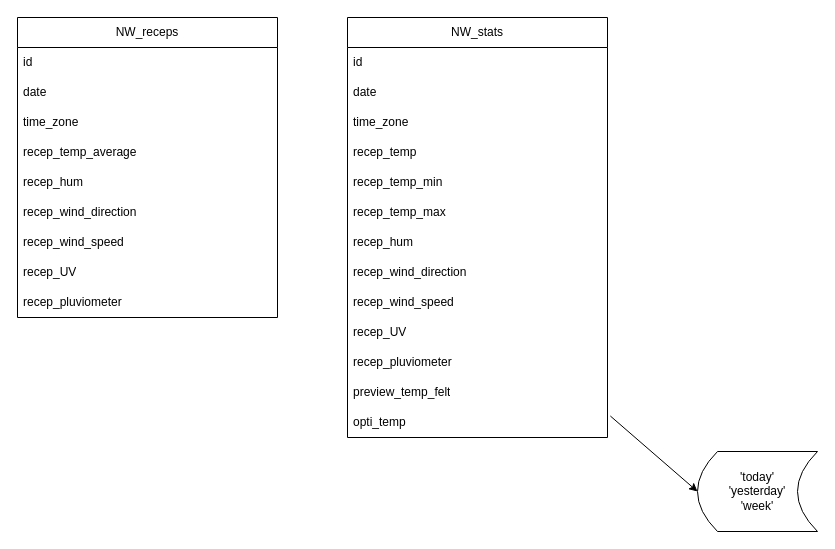
Earlier version of the draw.io diagram NikaWeather/src/v3MLD.drawio (Mathuww/Nika-Weather). Source tidied: cells renumbered, new cells numbered last; positions are measured from the earlier drawing's top-left corner, leaving out a move shared by most shapes. Both pictures are drawn from the tidied source at 100%, with x=0, y=0 at pixel (17, 17).
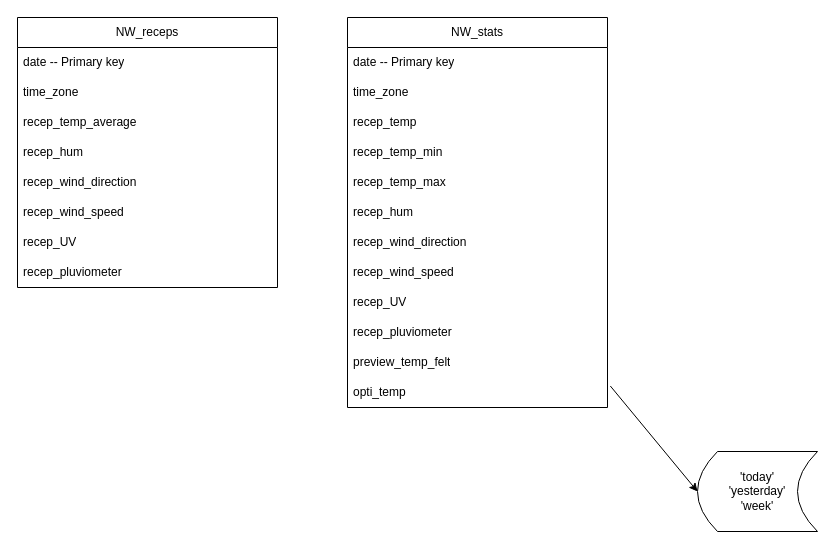
After the change.

Commit message (it also covers changes not shown here):
Changement de clé primaire (date)

Diff of the diagram source:
```diff
@@
     <mxCell id="2" value="NW_stats" style="swimlane;fontStyle=0;horizontal=1;startSize=30;whiteSpace=wrap;html=1;" parent="1" vertex="1">
-      <mxGeometry x="330" width="260" height="420" as="geometry" />
+      <mxGeometry x="330" width="260" height="390" as="geometry" />
     </mxCell>
-    <mxCell id="3" value="id" style="text;strokeColor=none;fillColor=none;align=left;verticalAlign=middle;spacingLeft=4;spacingRight=4;overflow=hidden;whiteSpace=wrap;html=1;" parent="2" vertex="1">
-      <mxGeometry y="30" width="260" height="30" as="geometry" />
-    </mxCell>
-    <mxCell id="4" value="date" style="text;strokeColor=none;fillColor=none;align=left;verticalAlign=middle;spacingLeft=4;spacingRight=4;overflow=hidden;whiteSpace=wrap;html=1;" parent="2" vertex="1">
-      <mxGeometry y="60" width="260" height="30" as="geometry" />
+    <mxCell id="4" value="date -- Primary key" style="text;strokeColor=none;fillColor=none;align=left;verticalAlign=middle;spacingLeft=4;spacingRight=4;overflow=hidden;whiteSpace=wrap;html=1;" parent="2" vertex="1">
+      <mxGeometry y="30" width="260" height="30" as="geometry" />
     </mxCell>
     <mxCell id="5" value="time_zone" style="text;strokeColor=none;fillColor=none;align=left;verticalAlign=middle;spacingLeft=4;spacingRight=4;overflow=hidden;whiteSpace=wrap;html=1;" parent="2" vertex="1">
-      <mxGeometry y="90" width="260" height="30" as="geometry" />
+      <mxGeometry y="60" width="260" height="30" as="geometry" />
     </mxCell>
     <mxCell id="6" value="recep_temp" style="text;strokeColor=none;fillColor=none;align=left;verticalAlign=middle;spacingLeft=4;spacingRight=4;overflow=hidden;whiteSpace=wrap;html=1;" parent="2" vertex="1">
-      <mxGeometry y="120" width="260" height="30" as="geometry" />
+      <mxGeometry y="90" width="260" height="30" as="geometry" />
     </mxCell>
     <mxCell id="7" value="recep_temp_min" style="text;strokeColor=none;fillColor=none;align=left;verticalAlign=middle;spacingLeft=4;spacingRight=4;overflow=hidden;whiteSpace=wrap;html=1;" parent="2" vertex="1">
-      <mxGeometry y="150" width="260" height="30" as="geometry" />
+      <mxGeometry y="120" width="260" height="30" as="geometry" />
     </mxCell>
     <mxCell id="8" value="recep_temp_max" style="text;strokeColor=none;fillColor=none;align=left;verticalAlign=middle;spacingLeft=4;spacingRight=4;overflow=hidden;whiteSpace=wrap;html=1;" parent="2" vertex="1">
-      <mxGeometry y="180" width="260" height="30" as="geometry" />
+      <mxGeometry y="150" width="260" height="30" as="geometry" />
     </mxCell>
     <mxCell id="9" value="recep_hum" style="text;strokeColor=none;fillColor=none;align=left;verticalAlign=middle;spacingLeft=4;spacingRight=4;overflow=hidden;whiteSpace=wrap;html=1;" parent="2" vertex="1">
-      <mxGeometry y="210" width="260" height="30" as="geometry" />
+      <mxGeometry y="180" width="260" height="30" as="geometry" />
     </mxCell>
     <mxCell id="10" value="recep_wind_direction" style="text;strokeColor=none;fillColor=none;align=left;verticalAlign=middle;spacingLeft=4;spacingRight=4;overflow=hidden;whiteSpace=wrap;html=1;" parent="2" vertex="1">
-      <mxGeometry y="240" width="260" height="30" as="geometry" />
+      <mxGeometry y="210" width="260" height="30" as="geometry" />
     </mxCell>
     <mxCell id="11" value="recep_wind_speed" style="text;strokeColor=none;fillColor=none;align=left;verticalAlign=middle;spacingLeft=4;spacingRight=4;overflow=hidden;whiteSpace=wrap;html=1;" parent="2" vertex="1">
-      <mxGeometry y="270" width="260" height="30" as="geometry" />
+      <mxGeometry y="240" width="260" height="30" as="geometry" />
     </mxCell>
     <mxCell id="12" value="recep_UV" style="text;strokeColor=none;fillColor=none;align=left;verticalAlign=middle;spacingLeft=4;spacingRight=4;overflow=hidden;whiteSpace=wrap;html=1;" parent="2" vertex="1">
-      <mxGeometry y="300" width="260" height="30" as="geometry" />
+      <mxGeometry y="270" width="260" height="30" as="geometry" />
     </mxCell>
     <mxCell id="13" value="recep_pluviometer" style="text;strokeColor=none;fillColor=none;align=left;verticalAlign=middle;spacingLeft=4;spacingRight=4;overflow=hidden;whiteSpace=wrap;html=1;" parent="2" vertex="1">
-      <mxGeometry y="330" width="260" height="30" as="geometry" />
+      <mxGeometry y="300" width="260" height="30" as="geometry" />
     </mxCell>
     <mxCell id="14" value="preview_temp_felt" style="text;strokeColor=none;fillColor=none;align=left;verticalAlign=middle;spacingLeft=4;spacingRight=4;overflow=hidden;whiteSpace=wrap;html=1;" parent="2" vertex="1">
-      <mxGeometry y="360" width="260" height="30" as="geometry" />
+      <mxGeometry y="330" width="260" height="30" as="geometry" />
     </mxCell>
     <mxCell id="15" value="opti_temp" style="text;strokeColor=none;fillColor=none;align=left;verticalAlign=middle;spacingLeft=4;spacingRight=4;overflow=hidden;points=[[0,0.5],[1,0.5]];portConstraint=eastwest;whiteSpace=wrap;html=1;" parent="2" vertex="1">
-      <mxGeometry y="390" width="260" height="30" as="geometry" />
+      <mxGeometry y="360" width="260" height="30" as="geometry" />
     </mxCell>
     <mxCell id="16" value="NW_receps" style="swimlane;fontStyle=0;horizontal=1;startSize=30;whiteSpace=wrap;html=1;" parent="1" vertex="1">
-      <mxGeometry width="260" height="300" as="geometry" />
+      <mxGeometry width="260" height="270" as="geometry" />
     </mxCell>
-    <mxCell id="17" value="id" style="text;strokeColor=none;fillColor=none;align=left;verticalAlign=middle;spacingLeft=4;spacingRight=4;overflow=hidden;whiteSpace=wrap;html=1;" parent="16" vertex="1">
-      <mxGeometry y="30" width="260" height="30" as="geometry" />
-    </mxCell>
-    <mxCell id="18" value="date" style="text;strokeColor=none;fillColor=none;align=left;verticalAlign=middle;spacingLeft=4;spacingRight=4;overflow=hidden;whiteSpace=wrap;html=1;" parent="16" vertex="1">
-      <mxGeometry y="60" width="260" height="30" as="geometry" />
+    <mxCell id="18" value="date -- Primary key" style="text;strokeColor=none;fillColor=none;align=left;verticalAlign=middle;spacingLeft=4;spacingRight=4;overflow=hidden;whiteSpace=wrap;html=1;" parent="16" vertex="1">
+      <mxGeometry y="30" width="260" height="30" as="geometry" />
     </mxCell>
     <mxCell id="19" value="time_zone" style="text;strokeColor=none;fillColor=none;align=left;verticalAlign=middle;spacingLeft=4;spacingRight=4;overflow=hidden;whiteSpace=wrap;html=1;" parent="16" vertex="1">
-      <mxGeometry y="90" width="260" height="30" as="geometry" />
+      <mxGeometry y="60" width="260" height="30" as="geometry" />
     </mxCell>
     <mxCell id="20" value="recep_temp_average" style="text;strokeColor=none;fillColor=none;align=left;verticalAlign=middle;spacingLeft=4;spacingRight=4;overflow=hidden;whiteSpace=wrap;html=1;" parent="16" vertex="1">
-      <mxGeometry y="120" width="260" height="30" as="geometry" />
+      <mxGeometry y="90" width="260" height="30" as="geometry" />
     </mxCell>
     <mxCell id="21" value="recep_hum" style="text;strokeColor=none;fillColor=none;align=left;verticalAlign=middle;spacingLeft=4;spacingRight=4;overflow=hidden;whiteSpace=wrap;html=1;" parent="16" vertex="1">
-      <mxGeometry y="150" width="260" height="30" as="geometry" />
+      <mxGeometry y="120" width="260" height="30" as="geometry" />
     </mxCell>
     <mxCell id="22" value="recep_wind_direction" style="text;strokeColor=none;fillColor=none;align=left;verticalAlign=middle;spacingLeft=4;spacingRight=4;overflow=hidden;whiteSpace=wrap;html=1;" parent="16" vertex="1">
-      <mxGeometry y="180" width="260" height="30" as="geometry" />
+      <mxGeometry y="150" width="260" height="30" as="geometry" />
     </mxCell>
     <mxCell id="23" value="recep_wind_speed" style="text;strokeColor=none;fillColor=none;align=left;verticalAlign=middle;spacingLeft=4;spacingRight=4;overflow=hidden;whiteSpace=wrap;html=1;" parent="16" vertex="1">
-      <mxGeometry y="210" width="260" height="30" as="geometry" />
+      <mxGeometry y="180" width="260" height="30" as="geometry" />
     </mxCell>
     <mxCell id="24" value="recep_UV" style="text;strokeColor=none;fillColor=none;align=left;verticalAlign=middle;spacingLeft=4;spacingRight=4;overflow=hidden;whiteSpace=wrap;html=1;" parent="16" vertex="1">
-      <mxGeometry y="240" width="260" height="30" as="geometry" />
+      <mxGeometry y="210" width="260" height="30" as="geometry" />
     </mxCell>
     <mxCell id="25" value="recep_pluviometer" style="text;strokeColor=none;fillColor=none;align=left;verticalAlign=middle;spacingLeft=4;spacingRight=4;overflow=hidden;whiteSpace=wrap;html=1;" parent="16" vertex="1">
-      <mxGeometry y="270" width="260" height="30" as="geometry" />
+      <mxGeometry y="240" width="260" height="30" as="geometry" />
     </mxCell>
```
